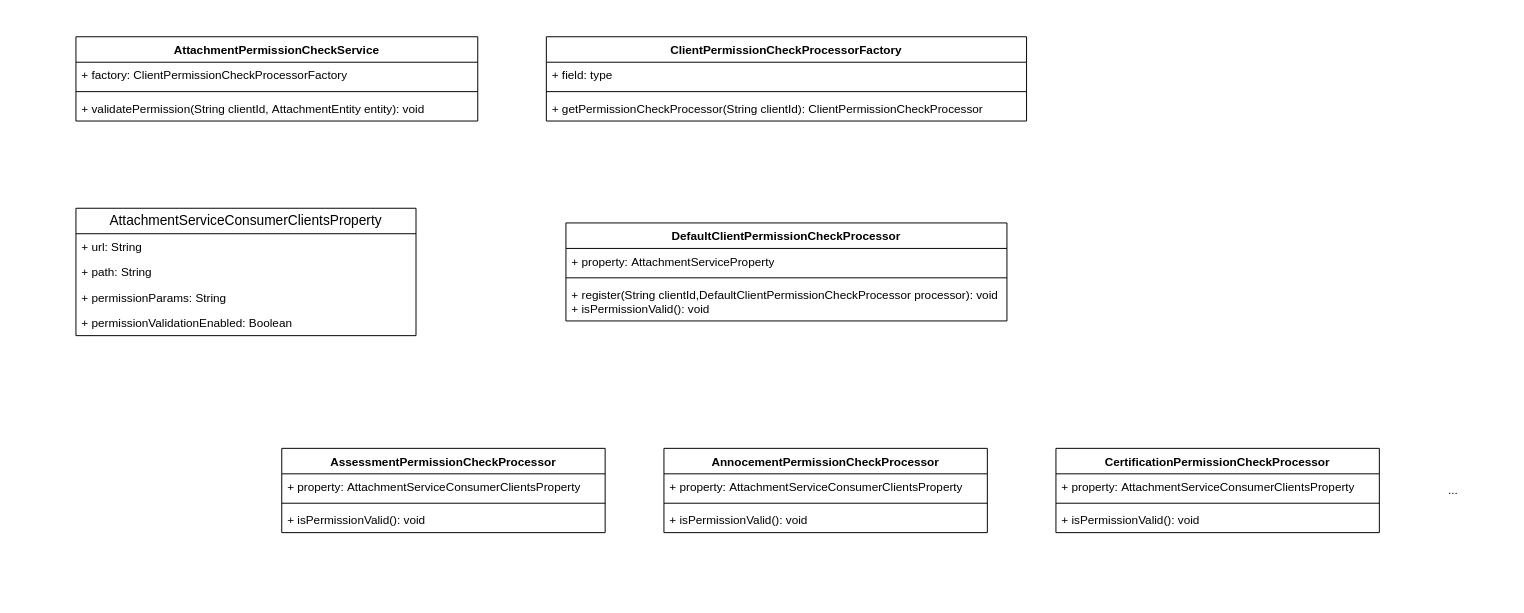
Earlier version of the draw.io diagram page "Permission Check" (2 of 2) of attachment-service-block.drawio (huangshijie/Drawio). Source tidied: cells renumbered, new cells numbered last; positions are measured from the earlier drawing's top-left corner, leaving out a move shared by most shapes. Both pictures are drawn from the tidied source at 98%, with x=0, y=0 at pixel (75, 36).
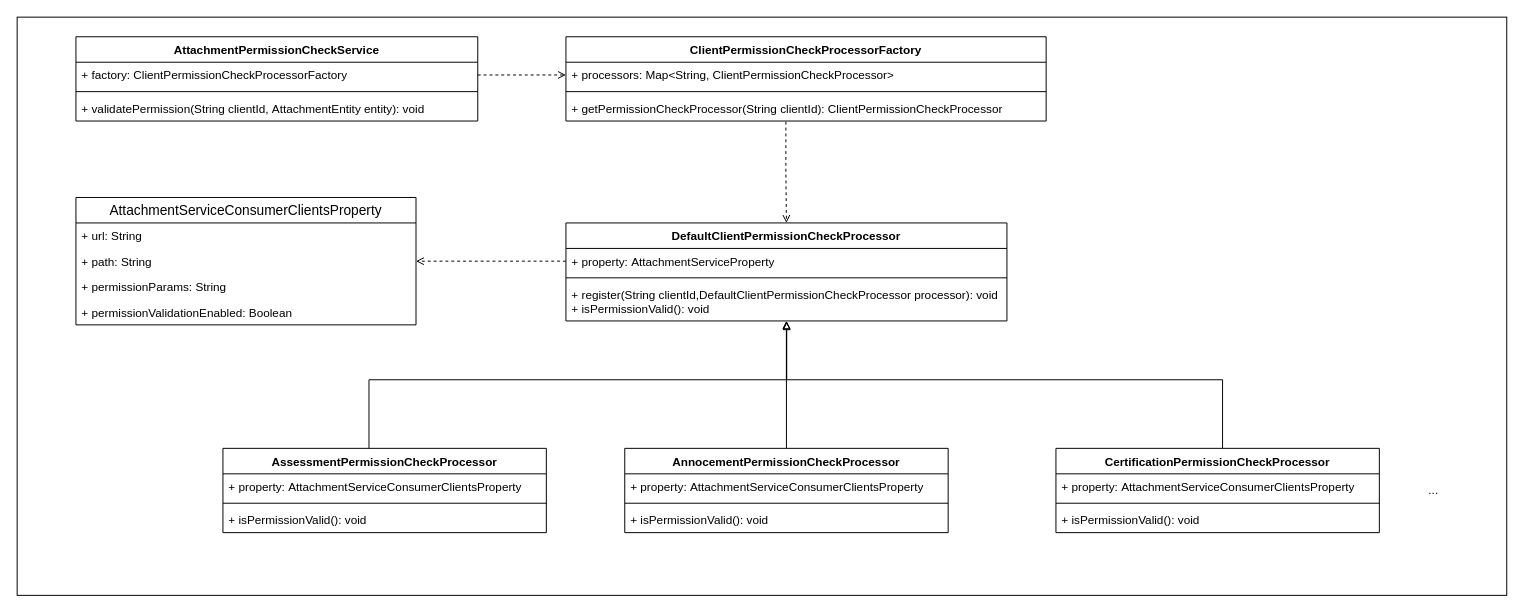
Above is the later version.

The change refers to these unchanged cells:
```xml
<mxCell id="5" value="+ getPermissionCheckProcessor(String clientId):&amp;nbsp;ClientPermissionCheckProcessor" style="text;strokeColor=none;fillColor=none;align=left;verticalAlign=top;spacingLeft=4;spacingRight=4;overflow=hidden;points=[[0,0.5],[1,0.5]];portConstraint=eastwest;whiteSpace=wrap;html=1;" parent="2" vertex="1">
  <mxGeometry y="60" width="490" height="26" as="geometry" />
</mxCell>
<mxCell id="6" value="DefaultClientPermissionCheckProcessor" style="swimlane;fontStyle=1;align=center;verticalAlign=top;horizontal=1;startSize=26;whiteSpace=wrap;html=1;" parent="1" vertex="1">
  <mxGeometry x="500" y="190" width="450" height="100" as="geometry" />
</mxCell>
<mxCell id="7" value="+ property:&amp;nbsp;AttachmentServiceProperty" style="text;strokeColor=none;fillColor=none;align=left;verticalAlign=top;spacingLeft=4;spacingRight=4;overflow=hidden;points=[[0,0.5],[1,0.5]];portConstraint=eastwest;whiteSpace=wrap;html=1;" parent="6" vertex="1">
  <mxGeometry y="26" width="450" height="26" as="geometry" />
</mxCell>
<mxCell id="9" value="+ register(String clientId,DefaultClientPermissionCheckProcessor processor): void&lt;br&gt;+ isPermissionValid(): void" style="text;strokeColor=none;fillColor=none;align=left;verticalAlign=top;spacingLeft=4;spacingRight=4;overflow=hidden;points=[[0,0.5],[1,0.5]];portConstraint=eastwest;whiteSpace=wrap;html=1;" parent="6" vertex="1">
  <mxGeometry y="60" width="450" height="40" as="geometry" />
</mxCell>
<mxCell id="23" value="+ factory:&amp;nbsp;ClientPermissionCheckProcessorFactory" style="text;strokeColor=none;fillColor=none;align=left;verticalAlign=top;spacingLeft=4;spacingRight=4;overflow=hidden;points=[[0,0.5],[1,0.5]];portConstraint=eastwest;whiteSpace=wrap;html=1;" parent="22" vertex="1">
  <mxGeometry y="26" width="410" height="26" as="geometry" />
</mxCell>
```

Change to the diagram source:
```diff
@@
+    <mxCell id="34" style="rounded=0;whiteSpace=wrap;html=1;" parent="1" vertex="1">
+      <mxGeometry x="-60" y="-20" width="1520" height="590" as="geometry" />
+    </mxCell>
     <mxCell id="2" value="ClientPermissionCheckProcessorFactory" style="swimlane;fontStyle=1;align=center;verticalAlign=top;horizontal=1;startSize=26;whiteSpace=wrap;html=1;" parent="1" vertex="1">
-      <mxGeometry x="480" width="490" height="86" as="geometry" />
+      <mxGeometry x="500" width="490" height="86" as="geometry" />
     </mxCell>
-    <mxCell id="3" value="+ field: type" style="text;strokeColor=none;fillColor=none;align=left;verticalAlign=top;spacingLeft=4;spacingRight=4;overflow=hidden;points=[[0,0.5],[1,0.5]];portConstraint=eastwest;whiteSpace=wrap;html=1;" parent="2" vertex="1">
+    <mxCell id="3" value="+ processors: Map&amp;lt;String,&amp;nbsp;ClientPermissionCheckProcessor&amp;gt;" style="text;strokeColor=none;fillColor=none;align=left;verticalAlign=top;spacingLeft=4;spacingRight=4;overflow=hidden;points=[[0,0.5],[1,0.5]];portConstraint=eastwest;whiteSpace=wrap;html=1;" parent="2" vertex="1">
       <mxGeometry y="26" width="490" height="26" as="geometry" />
     </mxCell>
@@
     <mxCell id="10" value="AssessmentPermissionCheckProcessor" style="swimlane;fontStyle=1;align=center;verticalAlign=top;horizontal=1;startSize=26;whiteSpace=wrap;html=1;" parent="1" vertex="1">
-      <mxGeometry x="210" y="420" width="330" height="86" as="geometry" />
+      <mxGeometry x="150" y="420" width="330" height="86" as="geometry" />
     </mxCell>
@@
     <mxCell id="18" value="AnnocementPermissionCheckProcessor" style="swimlane;fontStyle=1;align=center;verticalAlign=top;horizontal=1;startSize=26;whiteSpace=wrap;html=1;" parent="1" vertex="1">
-      <mxGeometry x="600" y="420" width="330" height="86" as="geometry" />
+      <mxGeometry x="560" y="420" width="330" height="86" as="geometry" />
     </mxCell>
@@
     <mxCell id="27" value="&lt;pre style=&quot;border-color: var(--border-color); background-color: rgb(255, 255, 255); font-size: 10.5pt;&quot;&gt;&lt;font style=&quot;border-color: var(--border-color);&quot; face=&quot;Helvetica&quot;&gt;AttachmentServiceConsumerClientsProperty&lt;/font&gt;&lt;/pre&gt;" style="swimlane;fontStyle=0;horizontal=1;startSize=26;fillColor=none;whiteSpace=wrap;html=1;" parent="1" vertex="1">
-      <mxGeometry y="175" width="347" height="130" as="geometry" />
+      <mxGeometry y="164" width="347" height="130" as="geometry" />
     </mxCell>
@@
     <mxCell id="33" value="..." style="text;html=1;align=center;verticalAlign=middle;strokeColor=none;fillColor=none;" parent="1" vertex="1">
-      <mxGeometry x="1390" y="448" width="30" height="30" as="geometry" />
+      <mxGeometry x="1370" y="448" width="30" height="30" as="geometry" />
     </mxCell>
+    <mxCell id="35" style="endArrow=block;html=1;rounded=0;endFill=0;entryX=0.503;entryY=1.021;entryDx=0;entryDy=0;entryPerimeter=0;edgeStyle=orthogonalEdgeStyle;" parent="1" edge="1">
+      <mxGeometry relative="1" as="geometry">
+        <mxPoint x="299" y="420" as="sourcePoint" />
+        <mxPoint x="725.3" y="290.8" as="targetPoint" />
+        <Array as="points">
+          <mxPoint x="299" y="350" />
+          <mxPoint x="725" y="350" />
+        </Array>
+      </mxGeometry>
+    </mxCell>
+    <mxCell id="36" style="endArrow=block;html=1;rounded=0;endFill=0;exitX=0.5;exitY=0;exitDx=0;exitDy=0;" parent="1" edge="1" source="18" target="9">
+      <mxGeometry relative="1" as="geometry" />
+    </mxCell>
+    <mxCell id="37" style="endArrow=block;html=1;rounded=0;endFill=0;exitX=0.5;exitY=0;exitDx=0;exitDy=0;edgeStyle=orthogonalEdgeStyle;" parent="1" edge="1">
+      <mxGeometry relative="1" as="geometry">
+        <mxPoint x="1170" y="420" as="sourcePoint" />
+        <mxPoint x="725" y="290" as="targetPoint" />
+        <Array as="points">
+          <mxPoint x="1170" y="350" />
+          <mxPoint x="725" y="350" />
+        </Array>
+      </mxGeometry>
+    </mxCell>
+    <mxCell id="38" style="edgeStyle=orthogonalEdgeStyle;rounded=0;jettySize=auto;html=1;endArrow=open;endFill=0;dashed=1;" parent="1" edge="1" source="7" target="27">
+      <mxGeometry relative="1" as="geometry" />
+    </mxCell>
+    <mxCell id="39" style="edgeStyle=orthogonalEdgeStyle;rounded=0;jettySize=auto;html=1;endArrow=open;endFill=0;dashed=1;exitX=1;exitY=0.5;exitDx=0;exitDy=0;entryX=0;entryY=0.5;entryDx=0;entryDy=0;" parent="1" edge="1" source="23" target="3">
+      <mxGeometry relative="1" as="geometry" />
+    </mxCell>
+    <mxCell id="40" style="edgeStyle=orthogonalEdgeStyle;rounded=0;jettySize=auto;html=1;endArrow=open;endFill=0;dashed=1;exitX=0.458;exitY=1.026;exitDx=0;exitDy=0;exitPerimeter=0;" parent="1" edge="1" source="5" target="6">
+      <mxGeometry relative="1" as="geometry" />
+    </mxCell>
```
